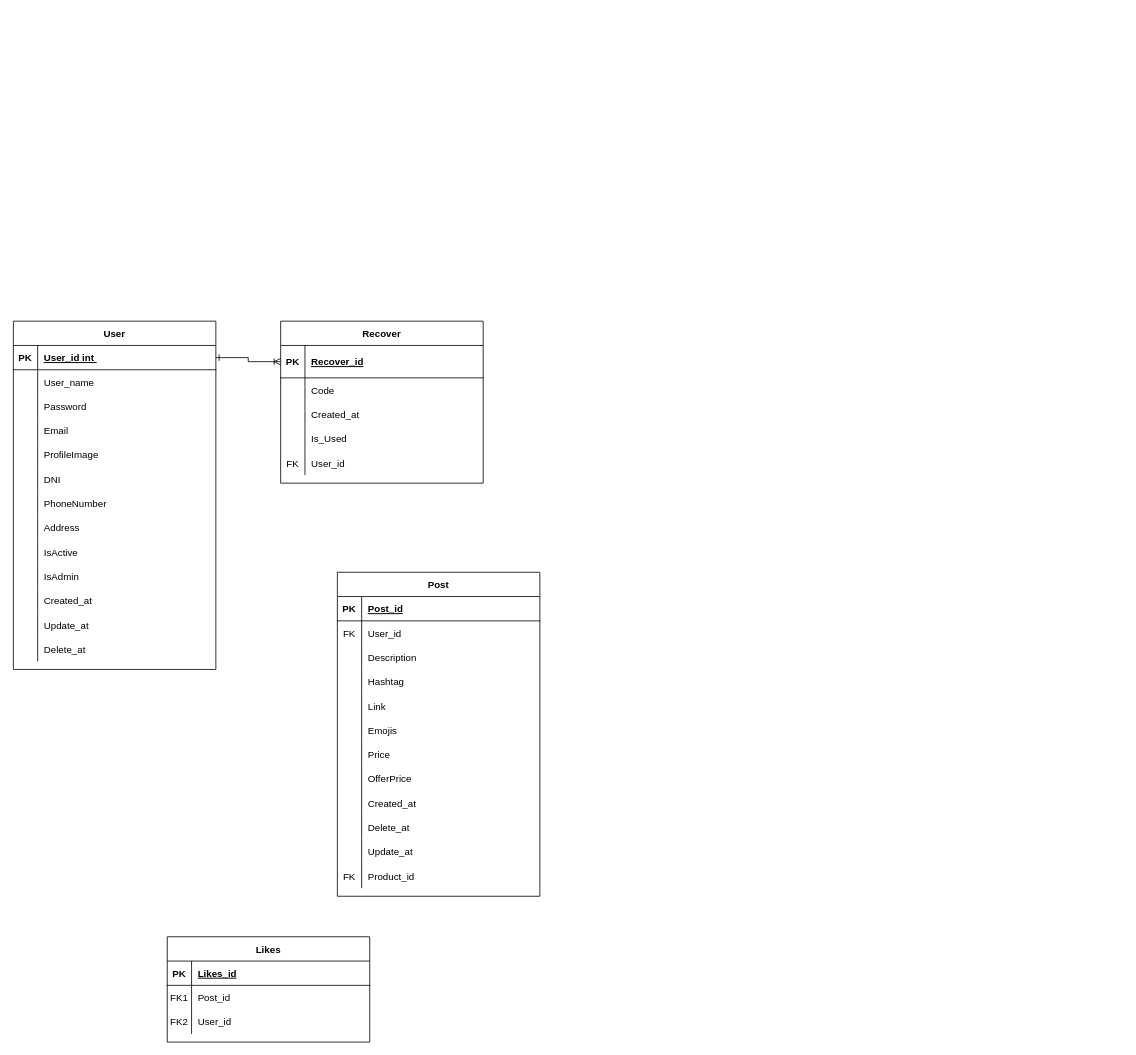
Before: E-Commerce.drawio in MarvinOrtiz18/DER, a draw.io diagram. Source tidied: cells renumbered, new cells numbered last; positions are measured from the earlier drawing's top-left corner, leaving out a move shared by most shapes. Both pictures are drawn from the tidied source at 81%, with x=0, y=0 at pixel (13, 321).
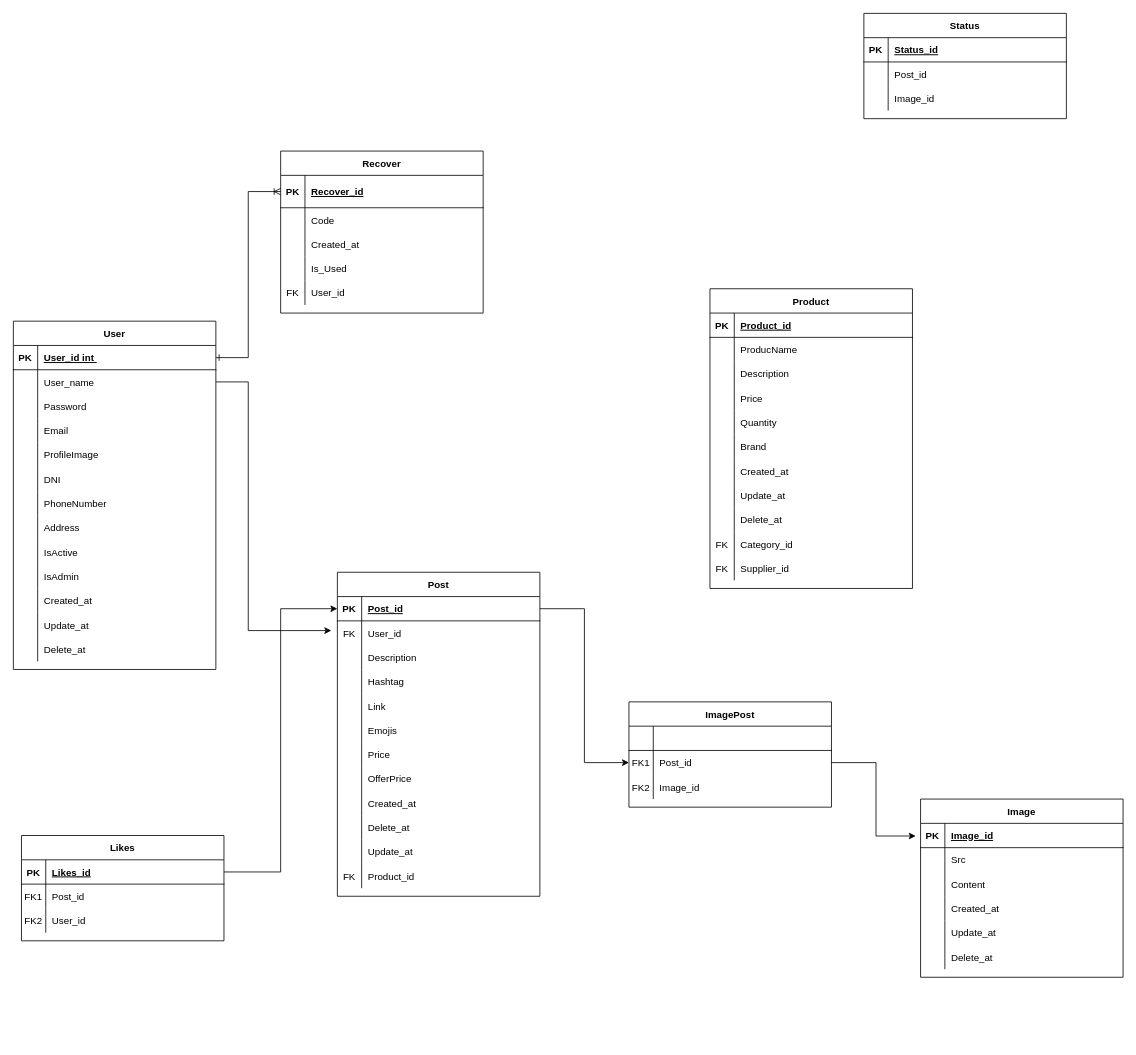
The same page after the edit.

The change refers to these unchanged cells:
```xml
<mxCell id="19" style="shape=partialRectangle;fillColor=none;points=[[0,0.5],[1,0.5]];portConstraint=eastwest;top=0;left=0;right=0;bottom=1;" parent="18" vertex="1">
  <mxGeometry y="30" width="250" height="30" as="geometry" />
</mxCell>
<mxCell id="32" style="shape=partialRectangle;fillColor=none;points=[[0,0.5],[1,0.5]];portConstraint=eastwest;top=0;left=0;right=0;bottom=0;" parent="28" vertex="1">
  <mxGeometry y="60" width="250" height="30" as="geometry" />
</mxCell>
<mxCell id="70" style="shape=partialRectangle;fillColor=none;points=[[0,0.5],[1,0.5]];portConstraint=eastwest;top=0;left=0;right=0;bottom=1;" parent="69" vertex="1">
  <mxGeometry y="30" width="250" height="30" as="geometry" />
</mxCell>
<mxCell id="73" style="shape=partialRectangle;fillColor=none;points=[[0,0.5],[1,0.5]];portConstraint=eastwest;top=0;left=0;right=0;bottom=0;" parent="69" vertex="1">
  <mxGeometry y="60" width="250" height="30" as="geometry" />
</mxCell>
```

The edit, as a diff of the source:
```diff
@@
     <mxCell id="2" value="Recover" style="shape=table;startSize=30;childLayout=tableLayout;rowLines=0;fontStyle=1;align=center;" parent="1" vertex="1">
-      <mxGeometry x="330" width="250" height="200" as="geometry" />
+      <mxGeometry x="330" y="-210" width="250" height="200" as="geometry" />
     </mxCell>
@@
     <mxCell id="18" value="Likes" style="shape=table;startSize=30;childLayout=tableLayout;rowLines=0;fontStyle=1;align=center;" parent="1" vertex="1">
-      <mxGeometry x="190" y="760" width="250" height="130" as="geometry" />
+      <mxGeometry x="10" y="635" width="250" height="130" as="geometry" />
     </mxCell>
@@
+    <mxCell id="106" value="ImagePost" style="shape=table;startSize=30;childLayout=tableLayout;rowLines=0;fontStyle=1;align=center;" parent="1" vertex="1">
+      <mxGeometry x="760" y="470" width="250" height="130" as="geometry" />
+    </mxCell>
+    <mxCell id="107" style="shape=partialRectangle;fillColor=none;top=0;left=0;right=0;bottom=1;" parent="106" vertex="1">
+      <mxGeometry y="30" width="250" height="30" as="geometry" />
+    </mxCell>
+    <mxCell id="108" style="shape=partialRectangle;overflow=hidden;fillColor=none;top=0;left=0;bottom=0;right=0;fontStyle=1;" parent="107" vertex="1">
+      <mxGeometry width="30" height="30" as="geometry" />
+    </mxCell>
+    <mxCell id="109" style="shape=partialRectangle;overflow=hidden;fillColor=none;top=0;left=0;bottom=0;right=0;align=left;spacingLeft=6;fontStyle=5;" parent="107" vertex="1">
+      <mxGeometry x="30" width="220" height="30" as="geometry" />
+    </mxCell>
+    <mxCell id="110" style="shape=partialRectangle;fillColor=none;points=[[0,0.5],[1,0.5]];portConstraint=eastwest;top=0;left=0;right=0;bottom=0;" parent="106" vertex="1">
+      <mxGeometry y="60" width="250" height="30" as="geometry" />
+    </mxCell>
+    <mxCell id="111" value="FK1" style="shape=partialRectangle;overflow=hidden;fillColor=none;top=0;left=0;bottom=0;right=0;" parent="110" vertex="1">
+      <mxGeometry width="30" height="30" as="geometry" />
+    </mxCell>
+    <mxCell id="112" value="Post_id" style="shape=partialRectangle;overflow=hidden;fillColor=none;top=0;left=0;bottom=0;right=0;align=left;spacingLeft=6;" parent="110" vertex="1">
+      <mxGeometry x="30" width="220" height="30" as="geometry" />
+    </mxCell>
+    <mxCell id="113" style="shape=partialRectangle;fillColor=none;top=0;left=0;right=0;bottom=0;" parent="106" vertex="1">
+      <mxGeometry y="90" width="250" height="30" as="geometry" />
+    </mxCell>
+    <mxCell id="114" value="FK2" style="shape=partialRectangle;overflow=hidden;fillColor=none;top=0;left=0;bottom=0;right=0;" parent="113" vertex="1">
+      <mxGeometry width="30" height="30" as="geometry" />
+    </mxCell>
+    <mxCell id="115" value="Image_id" style="shape=partialRectangle;overflow=hidden;fillColor=none;top=0;left=0;bottom=0;right=0;align=left;spacingLeft=6;" parent="113" vertex="1">
+      <mxGeometry x="30" width="220" height="30" as="geometry" />
+    </mxCell>
+    <mxCell id="116" value="Image" style="shape=table;startSize=30;childLayout=tableLayout;rowLines=0;fontStyle=1;align=center;" parent="1" vertex="1">
+      <mxGeometry x="1120" y="590" width="250" height="220" as="geometry" />
+    </mxCell>
+    <mxCell id="117" style="shape=partialRectangle;fillColor=none;points=[[0,0.5],[1,0.5]];portConstraint=eastwest;top=0;left=0;right=0;bottom=1;" parent="116" vertex="1">
+      <mxGeometry y="30" width="250" height="30" as="geometry" />
+    </mxCell>
+    <mxCell id="118" value="PK" style="shape=partialRectangle;overflow=hidden;fillColor=none;top=0;left=0;bottom=0;right=0;fontStyle=1;" parent="117" vertex="1">
+      <mxGeometry width="30" height="30" as="geometry" />
+    </mxCell>
+    <mxCell id="119" value="Image_id" style="shape=partialRectangle;overflow=hidden;fillColor=none;top=0;left=0;bottom=0;right=0;align=left;spacingLeft=6;fontStyle=5;" parent="117" vertex="1">
+      <mxGeometry x="30" width="220" height="30" as="geometry" />
+    </mxCell>
+    <mxCell id="120" style="shape=partialRectangle;fillColor=none;top=0;left=0;right=0;bottom=0;" parent="116" vertex="1">
+      <mxGeometry y="60" width="250" height="30" as="geometry" />
+    </mxCell>
+    <mxCell id="121" style="shape=partialRectangle;overflow=hidden;fillColor=none;top=0;left=0;bottom=0;right=0;" parent="120" vertex="1">
+      <mxGeometry width="30" height="30" as="geometry" />
+    </mxCell>
+    <mxCell id="122" value="Src" style="shape=partialRectangle;overflow=hidden;fillColor=none;top=0;left=0;bottom=0;right=0;align=left;spacingLeft=6;" parent="120" vertex="1">
+      <mxGeometry x="30" width="220" height="30" as="geometry" />
+    </mxCell>
+    <mxCell id="123" style="shape=partialRectangle;fillColor=none;top=0;left=0;right=0;bottom=0;" parent="116" vertex="1">
+      <mxGeometry y="90" width="250" height="30" as="geometry" />
+    </mxCell>
+    <mxCell id="124" style="shape=partialRectangle;overflow=hidden;fillColor=none;top=0;left=0;bottom=0;right=0;" parent="123" vertex="1">
+      <mxGeometry width="30" height="30" as="geometry" />
+    </mxCell>
+    <mxCell id="125" value="Content" style="shape=partialRectangle;overflow=hidden;fillColor=none;top=0;left=0;bottom=0;right=0;align=left;spacingLeft=6;" parent="123" vertex="1">
+      <mxGeometry x="30" width="220" height="30" as="geometry" />
+    </mxCell>
+    <mxCell id="126" style="shape=partialRectangle;fillColor=none;top=0;left=0;right=0;bottom=0;" parent="116" vertex="1">
+      <mxGeometry y="120" width="250" height="30" as="geometry" />
+    </mxCell>
+    <mxCell id="127" style="shape=partialRectangle;overflow=hidden;fillColor=none;top=0;left=0;bottom=0;right=0;" parent="126" vertex="1">
+      <mxGeometry width="30" height="30" as="geometry" />
+    </mxCell>
+    <mxCell id="128" value="Created_at" style="shape=partialRectangle;overflow=hidden;fillColor=none;top=0;left=0;bottom=0;right=0;align=left;spacingLeft=6;" parent="126" vertex="1">
+      <mxGeometry x="30" width="220" height="30" as="geometry" />
+    </mxCell>
+    <mxCell id="129" style="shape=partialRectangle;fillColor=none;top=0;left=0;right=0;bottom=0;" parent="116" vertex="1">
+      <mxGeometry y="150" width="250" height="30" as="geometry" />
+    </mxCell>
+    <mxCell id="130" style="shape=partialRectangle;overflow=hidden;fillColor=none;top=0;left=0;bottom=0;right=0;" parent="129" vertex="1">
+      <mxGeometry width="30" height="30" as="geometry" />
+    </mxCell>
+    <mxCell id="131" value="Update_at" style="shape=partialRectangle;overflow=hidden;fillColor=none;top=0;left=0;bottom=0;right=0;align=left;spacingLeft=6;" parent="129" vertex="1">
+      <mxGeometry x="30" width="220" height="30" as="geometry" />
+    </mxCell>
+    <mxCell id="132" style="shape=partialRectangle;fillColor=none;top=0;left=0;right=0;bottom=0;" parent="116" vertex="1">
+      <mxGeometry y="180" width="250" height="30" as="geometry" />
+    </mxCell>
+    <mxCell id="133" style="shape=partialRectangle;overflow=hidden;fillColor=none;top=0;left=0;bottom=0;right=0;" parent="132" vertex="1">
+      <mxGeometry width="30" height="30" as="geometry" />
+    </mxCell>
+    <mxCell id="134" value="Delete_at" style="shape=partialRectangle;overflow=hidden;fillColor=none;top=0;left=0;bottom=0;right=0;align=left;spacingLeft=6;" parent="132" vertex="1">
+      <mxGeometry x="30" width="220" height="30" as="geometry" />
+    </mxCell>
+    <mxCell id="135" style="edgeStyle=orthogonalEdgeStyle;rounded=0;jettySize=auto;html=1;exitX=1;exitY=0.5;exitDx=0;exitDy=0;entryX=-0.03;entryY=0.4;entryDx=0;entryDy=0;entryPerimeter=0;" parent="1" edge="1" source="32" target="73">
+      <mxGeometry relative="1" as="geometry">
+        <Array as="points">
+          <mxPoint x="290" y="75" />
+          <mxPoint x="290" y="382" />
+        </Array>
+      </mxGeometry>
+    </mxCell>
+    <mxCell id="136" style="edgeStyle=orthogonalEdgeStyle;rounded=0;jettySize=auto;html=1;exitX=1;exitY=0.5;exitDx=0;exitDy=0;entryX=0;entryY=0.5;entryDx=0;entryDy=0;" parent="1" edge="1" source="70" target="110">
+      <mxGeometry relative="1" as="geometry" />
+    </mxCell>
+    <mxCell id="137" style="edgeStyle=orthogonalEdgeStyle;rounded=0;jettySize=auto;html=1;exitX=1;exitY=0.5;exitDx=0;exitDy=0;entryX=-0.024;entryY=0.52;entryDx=0;entryDy=0;entryPerimeter=0;" parent="1" edge="1" source="110" target="117">
+      <mxGeometry relative="1" as="geometry" />
+    </mxCell>
+    <mxCell id="138" style="edgeStyle=orthogonalEdgeStyle;rounded=0;jettySize=auto;html=1;exitX=1;exitY=0.5;exitDx=0;exitDy=0;entryX=0;entryY=0.5;entryDx=0;entryDy=0;" parent="1" edge="1" source="19" target="70">
+      <mxGeometry relative="1" as="geometry" />
+    </mxCell>
+    <mxCell id="139" value="Product" style="shape=table;startSize=30;childLayout=tableLayout;rowLines=0;fontStyle=1;align=center;" parent="1" vertex="1">
+      <mxGeometry x="860" y="-40" width="250" height="370" as="geometry" />
+    </mxCell>
+    <mxCell id="140" style="shape=partialRectangle;fillColor=none;top=0;left=0;right=0;bottom=1;" parent="139" vertex="1">
+      <mxGeometry y="30" width="250" height="30" as="geometry" />
+    </mxCell>
+    <mxCell id="141" value="PK" style="shape=partialRectangle;overflow=hidden;fillColor=none;top=0;left=0;bottom=0;right=0;fontStyle=1;" parent="140" vertex="1">
+      <mxGeometry width="30" height="30" as="geometry" />
+    </mxCell>
+    <mxCell id="142" value="Product_id" style="shape=partialRectangle;overflow=hidden;fillColor=none;top=0;left=0;bottom=0;right=0;align=left;spacingLeft=6;fontStyle=5;" parent="140" vertex="1">
+      <mxGeometry x="30" width="220" height="30" as="geometry" />
+    </mxCell>
+    <mxCell id="143" style="shape=partialRectangle;fillColor=none;top=0;left=0;right=0;bottom=0;" parent="139" vertex="1">
+      <mxGeometry y="60" width="250" height="30" as="geometry" />
+    </mxCell>
+    <mxCell id="144" style="shape=partialRectangle;overflow=hidden;fillColor=none;top=0;left=0;bottom=0;right=0;" parent="143" vertex="1">
+      <mxGeometry width="30" height="30" as="geometry" />
+    </mxCell>
+    <mxCell id="145" value="ProducName" style="shape=partialRectangle;overflow=hidden;fillColor=none;top=0;left=0;bottom=0;right=0;align=left;spacingLeft=6;" parent="143" vertex="1">
+      <mxGeometry x="30" width="220" height="30" as="geometry" />
+    </mxCell>
+    <mxCell id="146" style="shape=partialRectangle;fillColor=none;top=0;left=0;right=0;bottom=0;" parent="139" vertex="1">
+      <mxGeometry y="90" width="250" height="30" as="geometry" />
+    </mxCell>
+    <mxCell id="147" style="shape=partialRectangle;overflow=hidden;fillColor=none;top=0;left=0;bottom=0;right=0;" parent="146" vertex="1">
+      <mxGeometry width="30" height="30" as="geometry" />
+    </mxCell>
+    <mxCell id="148" value="Description" style="shape=partialRectangle;overflow=hidden;fillColor=none;top=0;left=0;bottom=0;right=0;align=left;spacingLeft=6;" parent="146" vertex="1">
+      <mxGeometry x="30" width="220" height="30" as="geometry" />
+    </mxCell>
+    <mxCell id="149" style="shape=partialRectangle;fillColor=none;top=0;left=0;right=0;bottom=0;" parent="139" vertex="1">
+      <mxGeometry y="120" width="250" height="30" as="geometry" />
+    </mxCell>
+    <mxCell id="150" style="shape=partialRectangle;overflow=hidden;fillColor=none;top=0;left=0;bottom=0;right=0;" parent="149" vertex="1">
+      <mxGeometry width="30" height="30" as="geometry" />
+    </mxCell>
+    <mxCell id="151" value="Price" style="shape=partialRectangle;overflow=hidden;fillColor=none;top=0;left=0;bottom=0;right=0;align=left;spacingLeft=6;" parent="149" vertex="1">
+      <mxGeometry x="30" width="220" height="30" as="geometry" />
+    </mxCell>
+    <mxCell id="152" style="shape=partialRectangle;fillColor=none;top=0;left=0;right=0;bottom=0;" parent="139" vertex="1">
+      <mxGeometry y="150" width="250" height="30" as="geometry" />
+    </mxCell>
+    <mxCell id="153" style="shape=partialRectangle;overflow=hidden;fillColor=none;top=0;left=0;bottom=0;right=0;" parent="152" vertex="1">
+      <mxGeometry width="30" height="30" as="geometry" />
+    </mxCell>
+    <mxCell id="154" value="Quantity" style="shape=partialRectangle;overflow=hidden;fillColor=none;top=0;left=0;bottom=0;right=0;align=left;spacingLeft=6;" parent="152" vertex="1">
+      <mxGeometry x="30" width="220" height="30" as="geometry" />
+    </mxCell>
+    <mxCell id="155" style="shape=partialRectangle;fillColor=none;top=0;left=0;right=0;bottom=0;" parent="139" vertex="1">
+      <mxGeometry y="180" width="250" height="30" as="geometry" />
+    </mxCell>
+    <mxCell id="156" style="shape=partialRectangle;overflow=hidden;fillColor=none;top=0;left=0;bottom=0;right=0;" parent="155" vertex="1">
+      <mxGeometry width="30" height="30" as="geometry" />
+    </mxCell>
+    <mxCell id="157" value="Brand" style="shape=partialRectangle;overflow=hidden;fillColor=none;top=0;left=0;bottom=0;right=0;align=left;spacingLeft=6;" parent="155" vertex="1">
+      <mxGeometry x="30" width="220" height="30" as="geometry" />
+    </mxCell>
+    <mxCell id="158" style="shape=partialRectangle;fillColor=none;top=0;left=0;right=0;bottom=0;" parent="139" vertex="1">
+      <mxGeometry y="210" width="250" height="30" as="geometry" />
+    </mxCell>
+    <mxCell id="159" style="shape=partialRectangle;overflow=hidden;fillColor=none;top=0;left=0;bottom=0;right=0;" parent="158" vertex="1">
+      <mxGeometry width="30" height="30" as="geometry" />
+    </mxCell>
+    <mxCell id="160" value="Created_at" style="shape=partialRectangle;overflow=hidden;fillColor=none;top=0;left=0;bottom=0;right=0;align=left;spacingLeft=6;" parent="158" vertex="1">
+      <mxGeometry x="30" width="220" height="30" as="geometry" />
+    </mxCell>
+    <mxCell id="161" style="shape=partialRectangle;fillColor=none;top=0;left=0;right=0;bottom=0;" parent="139" vertex="1">
+      <mxGeometry y="240" width="250" height="30" as="geometry" />
+    </mxCell>
+    <mxCell id="162" style="shape=partialRectangle;overflow=hidden;fillColor=none;top=0;left=0;bottom=0;right=0;" parent="161" vertex="1">
+      <mxGeometry width="30" height="30" as="geometry" />
+    </mxCell>
+    <mxCell id="163" value="Update_at" style="shape=partialRectangle;overflow=hidden;fillColor=none;top=0;left=0;bottom=0;right=0;align=left;spacingLeft=6;" parent="161" vertex="1">
+      <mxGeometry x="30" width="220" height="30" as="geometry" />
+    </mxCell>
+    <mxCell id="164" style="shape=partialRectangle;fillColor=none;top=0;left=0;right=0;bottom=0;" parent="139" vertex="1">
+      <mxGeometry y="270" width="250" height="30" as="geometry" />
+    </mxCell>
+    <mxCell id="165" style="shape=partialRectangle;overflow=hidden;fillColor=none;top=0;left=0;bottom=0;right=0;" parent="164" vertex="1">
+      <mxGeometry width="30" height="30" as="geometry" />
+    </mxCell>
+    <mxCell id="166" value="Delete_at" style="shape=partialRectangle;overflow=hidden;fillColor=none;top=0;left=0;bottom=0;right=0;align=left;spacingLeft=6;" parent="164" vertex="1">
+      <mxGeometry x="30" width="220" height="30" as="geometry" />
+    </mxCell>
+    <mxCell id="167" style="shape=partialRectangle;fillColor=none;top=0;left=0;right=0;bottom=0;" parent="139" vertex="1">
+      <mxGeometry y="300" width="250" height="30" as="geometry" />
+    </mxCell>
+    <mxCell id="168" value="FK" style="shape=partialRectangle;overflow=hidden;fillColor=none;top=0;left=0;bottom=0;right=0;" parent="167" vertex="1">
+      <mxGeometry width="30" height="30" as="geometry" />
+    </mxCell>
+    <mxCell id="169" value="Category_id" style="shape=partialRectangle;overflow=hidden;fillColor=none;top=0;left=0;bottom=0;right=0;align=left;spacingLeft=6;" parent="167" vertex="1">
+      <mxGeometry x="30" width="220" height="30" as="geometry" />
+    </mxCell>
+    <mxCell id="170" style="shape=partialRectangle;fillColor=none;top=0;left=0;right=0;bottom=0;" parent="139" vertex="1">
+      <mxGeometry y="330" width="250" height="30" as="geometry" />
+    </mxCell>
+    <mxCell id="171" value="FK" style="shape=partialRectangle;overflow=hidden;fillColor=none;top=0;left=0;bottom=0;right=0;" parent="170" vertex="1">
+      <mxGeometry width="30" height="30" as="geometry" />
+    </mxCell>
+    <mxCell id="172" value="Supplier_id" style="shape=partialRectangle;overflow=hidden;fillColor=none;top=0;left=0;bottom=0;right=0;align=left;spacingLeft=6;" parent="170" vertex="1">
+      <mxGeometry x="30" width="220" height="30" as="geometry" />
+    </mxCell>
+    <mxCell id="173" value="Status" style="shape=table;startSize=30;childLayout=tableLayout;rowLines=0;fontStyle=1;align=center;" parent="1" vertex="1">
+      <mxGeometry x="1050" y="-380" width="250" height="130" as="geometry" />
+    </mxCell>
+    <mxCell id="174" style="shape=partialRectangle;fillColor=none;top=0;left=0;right=0;bottom=1;" parent="173" vertex="1">
+      <mxGeometry y="30" width="250" height="30" as="geometry" />
+    </mxCell>
+    <mxCell id="175" value="PK" style="shape=partialRectangle;overflow=hidden;fillColor=none;top=0;left=0;bottom=0;right=0;fontStyle=1;" parent="174" vertex="1">
+      <mxGeometry width="30" height="30" as="geometry" />
+    </mxCell>
+    <mxCell id="176" value="Status_id" style="shape=partialRectangle;overflow=hidden;fillColor=none;top=0;left=0;bottom=0;right=0;align=left;spacingLeft=6;fontStyle=5;" parent="174" vertex="1">
+      <mxGeometry x="30" width="220" height="30" as="geometry" />
+    </mxCell>
+    <mxCell id="177" style="shape=partialRectangle;fillColor=none;top=0;left=0;right=0;bottom=0;" parent="173" vertex="1">
+      <mxGeometry y="60" width="250" height="30" as="geometry" />
+    </mxCell>
+    <mxCell id="178" style="shape=partialRectangle;overflow=hidden;fillColor=none;top=0;left=0;bottom=0;right=0;" parent="177" vertex="1">
+      <mxGeometry width="30" height="30" as="geometry" />
+    </mxCell>
+    <mxCell id="179" value="Post_id" style="shape=partialRectangle;overflow=hidden;fillColor=none;top=0;left=0;bottom=0;right=0;align=left;spacingLeft=6;" parent="177" vertex="1">
+      <mxGeometry x="30" width="220" height="30" as="geometry" />
+    </mxCell>
+    <mxCell id="180" style="shape=partialRectangle;fillColor=none;top=0;left=0;right=0;bottom=0;" parent="173" vertex="1">
+      <mxGeometry y="90" width="250" height="30" as="geometry" />
+    </mxCell>
+    <mxCell id="181" style="shape=partialRectangle;overflow=hidden;fillColor=none;top=0;left=0;bottom=0;right=0;" parent="180" vertex="1">
+      <mxGeometry width="30" height="30" as="geometry" />
+    </mxCell>
+    <mxCell id="182" value="Image_id" style="shape=partialRectangle;overflow=hidden;fillColor=none;top=0;left=0;bottom=0;right=0;align=left;spacingLeft=6;" parent="180" vertex="1">
+      <mxGeometry x="30" width="220" height="30" as="geometry" />
+    </mxCell>
```
